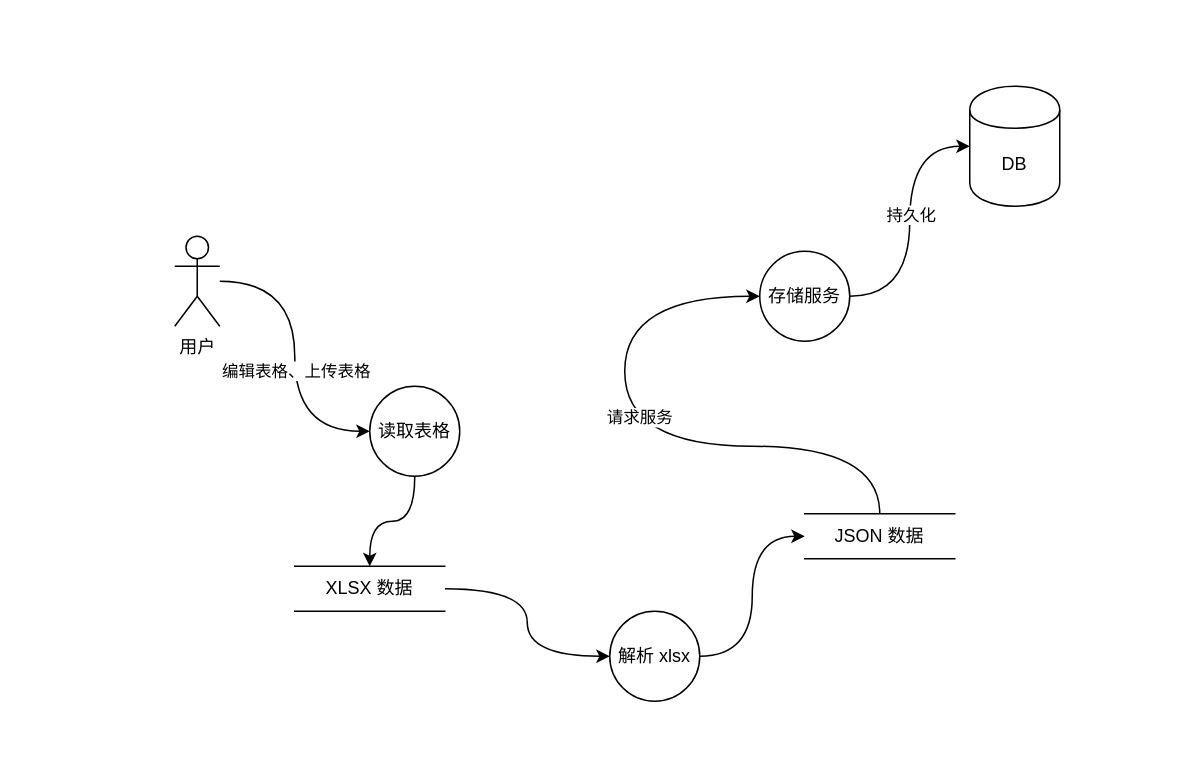
The draw.io diagram map/swms-dataflow.drawio in msqtt/Sources, before the edit. Source tidied: cells renumbered, new cells numbered last; positions are measured from the earlier drawing's top-left corner, leaving out a move shared by most shapes. Both pictures are drawn from the tidied source at 150%, with x=0, y=0 at pixel (174, 86).
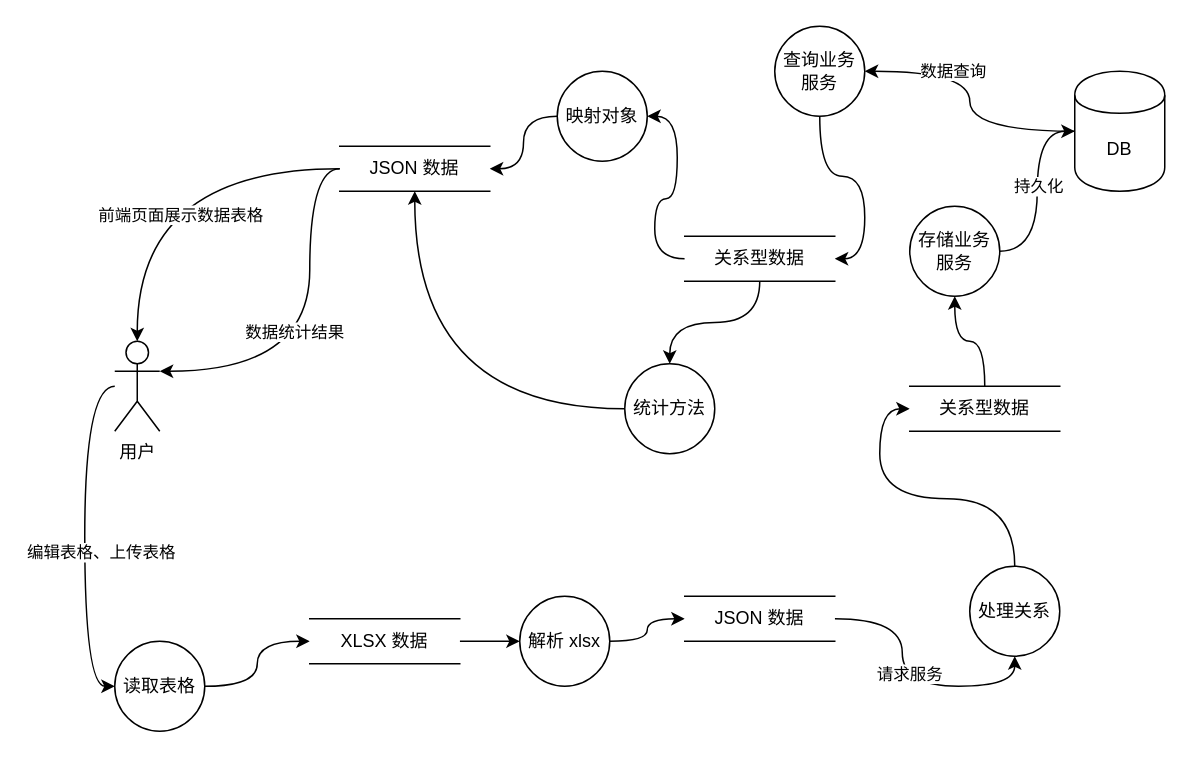
The same page after the edit.

Change to the diagram source:
```diff
@@
     <mxCell id="2" style="edgeStyle=orthogonalEdgeStyle;rounded=0;jettySize=auto;html=1;entryX=0;entryY=0.5;entryDx=0;entryDy=0;curved=1;" parent="1" edge="1" source="4" target="6">
-      <mxGeometry relative="1" as="geometry" />
+      <mxGeometry relative="1" as="geometry">
+        <Array as="points">
+          <mxPoint x="-60" y="200" />
+          <mxPoint x="-60" y="400" />
+        </Array>
+      </mxGeometry>
     </mxCell>
     <mxCell id="3" value="编辑表格、上传表格" style="edgeLabel;html=1;align=center;verticalAlign=middle;" parent="2" vertex="1">
       <mxGeometry x="0.05" y="4" relative="1" as="geometry">
-        <mxPoint x="-4" y="4" as="offset" />
+        <mxPoint x="6" y="4" as="offset" />
       </mxGeometry>
     </mxCell>
     <mxCell id="4" value="用户" style="shape=umlActor;verticalLabelPosition=bottom;verticalAlign=top;html=1;outlineConnect=0;" parent="1" vertex="1">
-      <mxGeometry y="100" width="30" height="60" as="geometry" />
+      <mxGeometry x="-40" y="170" width="30" height="60" as="geometry" />
     </mxCell>
-    <mxCell id="5" style="edgeStyle=orthogonalEdgeStyle;rounded=0;jettySize=auto;html=1;entryX=0.5;entryY=0;entryDx=0;entryDy=0;curved=1;" parent="1" edge="1" source="6" target="10">
+    <mxCell id="5" style="edgeStyle=orthogonalEdgeStyle;rounded=0;jettySize=auto;html=1;entryX=0;entryY=0.5;entryDx=0;entryDy=0;curved=1;" parent="1" edge="1" source="6" target="10">
       <mxGeometry relative="1" as="geometry" />
     </mxCell>
     <mxCell id="6" value="读取表格" style="shape=ellipse;html=1;dashed=0;whiteSpace=wrap;perimeter=ellipsePerimeter;" parent="1" vertex="1">
-      <mxGeometry x="130" y="200" width="60" height="60" as="geometry" />
+      <mxGeometry x="-40" y="370" width="60" height="60" as="geometry" />
     </mxCell>
@@
     <mxCell id="8" value="解析 xlsx" style="shape=ellipse;html=1;dashed=0;whiteSpace=wrap;perimeter=ellipsePerimeter;" parent="1" vertex="1">
-      <mxGeometry x="290" y="350" width="60" height="60" as="geometry" />
+      <mxGeometry x="230" y="340" width="60" height="60" as="geometry" />
     </mxCell>
@@
     <mxCell id="10" value="XLSX 数据" style="html=1;dashed=0;whiteSpace=wrap;shape=partialRectangle;right=0;left=0;" parent="1" vertex="1">
-      <mxGeometry x="80" y="320" width="100" height="30" as="geometry" />
+      <mxGeometry x="90" y="355" width="100" height="30" as="geometry" />
     </mxCell>
-    <mxCell id="11" style="edgeStyle=orthogonalEdgeStyle;rounded=0;jettySize=auto;html=1;curved=1;" parent="1" edge="1" source="13" target="16">
-      <mxGeometry relative="1" as="geometry">
-        <Array as="points">
-          <mxPoint x="470" y="240" />
-          <mxPoint x="300" y="240" />
-        </Array>
-      </mxGeometry>
-    </mxCell>
+    <mxCell id="18" style="edgeStyle=orthogonalEdgeStyle;rounded=0;jettySize=auto;html=1;entryX=0.5;entryY=1;entryDx=0;entryDy=0;curved=1;" parent="1" edge="1" source="13" target="24">
+      <mxGeometry relative="1" as="geometry" />
+    </mxCell>
-    <mxCell id="12" value="请求服务" style="edgeLabel;html=1;align=center;verticalAlign=middle;" parent="11" vertex="1">
-      <mxGeometry x="-0.21" y="4" relative="1" as="geometry">
-        <mxPoint x="-46" y="-24" as="offset" />
-      </mxGeometry>
+    <mxCell id="12" value="请求服务" style="edgeLabel;html=1;align=center;verticalAlign=middle;" parent="18" vertex="1">
+      <mxGeometry x="-0.12" y="4" relative="1" as="geometry" />
     </mxCell>
     <mxCell id="13" value="JSON 数据" style="html=1;dashed=0;whiteSpace=wrap;shape=partialRectangle;right=0;left=0;" parent="1" vertex="1">
-      <mxGeometry x="420" y="285" width="100" height="30" as="geometry" />
+      <mxGeometry x="340" y="340" width="100" height="30" as="geometry" />
     </mxCell>
@@
-    <mxCell id="16" value="存储服务" style="shape=ellipse;html=1;dashed=0;whiteSpace=wrap;perimeter=ellipsePerimeter;" parent="1" vertex="1">
-      <mxGeometry x="390" y="110" width="60" height="60" as="geometry" />
+    <mxCell id="16" value="存储业务服务" style="shape=ellipse;html=1;dashed=0;whiteSpace=wrap;perimeter=ellipsePerimeter;" parent="1" vertex="1">
+      <mxGeometry x="490" y="80" width="60" height="60" as="geometry" />
     </mxCell>
+    <mxCell id="19" style="edgeStyle=orthogonalEdgeStyle;rounded=0;jettySize=auto;html=1;entryX=1;entryY=0.5;entryDx=0;entryDy=0;curved=1;" parent="1" edge="1" source="17" target="22">
+      <mxGeometry relative="1" as="geometry" />
+    </mxCell>
+    <mxCell id="20" value="数据查询" style="edgeLabel;html=1;align=center;verticalAlign=middle;" parent="19" vertex="1">
+      <mxGeometry x="0.35" y="-1" relative="1" as="geometry" />
+    </mxCell>
     <mxCell id="17" value="DB" style="shape=cylinder;whiteSpace=wrap;html=1;boundedLbl=1;backgroundOutline=1;" parent="1" vertex="1">
-      <mxGeometry x="530" width="60" height="80" as="geometry" />
+      <mxGeometry x="600" y="-10" width="60" height="80" as="geometry" />
     </mxCell>
+    <mxCell id="21" style="edgeStyle=orthogonalEdgeStyle;rounded=0;jettySize=auto;html=1;entryX=1;entryY=0.5;entryDx=0;entryDy=0;curved=1;" parent="1" edge="1" source="22" target="29">
+      <mxGeometry relative="1" as="geometry" />
+    </mxCell>
+    <mxCell id="22" value="查询业务服务" style="shape=ellipse;html=1;dashed=0;whiteSpace=wrap;perimeter=ellipsePerimeter;" parent="1" vertex="1">
+      <mxGeometry x="400" y="-40" width="60" height="60" as="geometry" />
+    </mxCell>
+    <mxCell id="23" style="edgeStyle=orthogonalEdgeStyle;rounded=0;jettySize=auto;html=1;entryX=0;entryY=0.5;entryDx=0;entryDy=0;curved=1;" parent="1" edge="1" source="24" target="26">
+      <mxGeometry relative="1" as="geometry" />
+    </mxCell>
+    <mxCell id="24" value="处理关系" style="shape=ellipse;html=1;dashed=0;whiteSpace=wrap;perimeter=ellipsePerimeter;" parent="1" vertex="1">
+      <mxGeometry x="530" y="320" width="60" height="60" as="geometry" />
+    </mxCell>
+    <mxCell id="25" style="edgeStyle=orthogonalEdgeStyle;rounded=0;jettySize=auto;html=1;entryX=0.5;entryY=1;entryDx=0;entryDy=0;curved=1;" parent="1" edge="1" source="26" target="16">
+      <mxGeometry relative="1" as="geometry" />
+    </mxCell>
+    <mxCell id="26" value="关系型数据" style="html=1;dashed=0;whiteSpace=wrap;shape=partialRectangle;right=0;left=0;" parent="1" vertex="1">
+      <mxGeometry x="490" y="200" width="100" height="30" as="geometry" />
+    </mxCell>
+    <mxCell id="27" style="edgeStyle=orthogonalEdgeStyle;rounded=0;jettySize=auto;html=1;entryX=1;entryY=0.5;entryDx=0;entryDy=0;curved=1;" parent="1" edge="1" source="29" target="31">
+      <mxGeometry relative="1" as="geometry" />
+    </mxCell>
+    <mxCell id="28" style="edgeStyle=orthogonalEdgeStyle;rounded=0;jettySize=auto;html=1;entryX=0.5;entryY=0;entryDx=0;entryDy=0;curved=1;" parent="1" edge="1" source="29" target="36">
+      <mxGeometry relative="1" as="geometry" />
+    </mxCell>
+    <mxCell id="29" value="关系型数据" style="html=1;dashed=0;whiteSpace=wrap;shape=partialRectangle;right=0;left=0;" parent="1" vertex="1">
+      <mxGeometry x="340" y="100" width="100" height="30" as="geometry" />
+    </mxCell>
+    <mxCell id="30" style="edgeStyle=orthogonalEdgeStyle;rounded=0;jettySize=auto;html=1;curved=1;entryX=1;entryY=0.5;entryDx=0;entryDy=0;" parent="1" edge="1" source="31" target="32">
+      <mxGeometry relative="1" as="geometry" />
+    </mxCell>
+    <mxCell id="31" value="映射对象" style="shape=ellipse;html=1;dashed=0;whiteSpace=wrap;perimeter=ellipsePerimeter;" parent="1" vertex="1">
+      <mxGeometry x="255" y="-10" width="60" height="60" as="geometry" />
+    </mxCell>
+    <mxCell id="32" value="JSON 数据" style="html=1;dashed=0;whiteSpace=wrap;shape=partialRectangle;right=0;left=0;" parent="1" vertex="1">
+      <mxGeometry x="110" y="40" width="100" height="30" as="geometry" />
+    </mxCell>
+    <mxCell id="33" style="edgeStyle=orthogonalEdgeStyle;rounded=0;jettySize=auto;html=1;entryX=0.5;entryY=0;entryDx=0;entryDy=0;entryPerimeter=0;curved=1;" parent="1" edge="1" source="32" target="4">
+      <mxGeometry relative="1" as="geometry" />
+    </mxCell>
+    <mxCell id="34" value="前端页面展示数据表格" style="edgeLabel;html=1;align=center;verticalAlign=middle;" parent="33" vertex="1">
+      <mxGeometry x="0.32" y="28" relative="1" as="geometry" />
+    </mxCell>
+    <mxCell id="35" style="edgeStyle=orthogonalEdgeStyle;rounded=0;jettySize=auto;html=1;entryX=0.5;entryY=1;entryDx=0;entryDy=0;curved=1;" parent="1" edge="1" source="36" target="32">
+      <mxGeometry relative="1" as="geometry" />
+    </mxCell>
+    <mxCell id="36" value="统计方法" style="shape=ellipse;html=1;dashed=0;whiteSpace=wrap;perimeter=ellipsePerimeter;" parent="1" vertex="1">
+      <mxGeometry x="300" y="185" width="60" height="60" as="geometry" />
+    </mxCell>
+    <mxCell id="37" style="edgeStyle=orthogonalEdgeStyle;rounded=0;jettySize=auto;html=1;entryX=1;entryY=0.3333333333333333;entryDx=0;entryDy=0;entryPerimeter=0;curved=1;" parent="1" edge="1" source="32" target="4">
+      <mxGeometry relative="1" as="geometry">
+        <Array as="points">
+          <mxPoint x="90" y="55" />
+          <mxPoint x="90" y="190" />
+        </Array>
+      </mxGeometry>
+    </mxCell>
+    <mxCell id="38" value="数据统计结果" style="edgeLabel;html=1;align=center;verticalAlign=middle;" parent="37" vertex="1">
+      <mxGeometry y="-11" relative="1" as="geometry" />
+    </mxCell>
```
